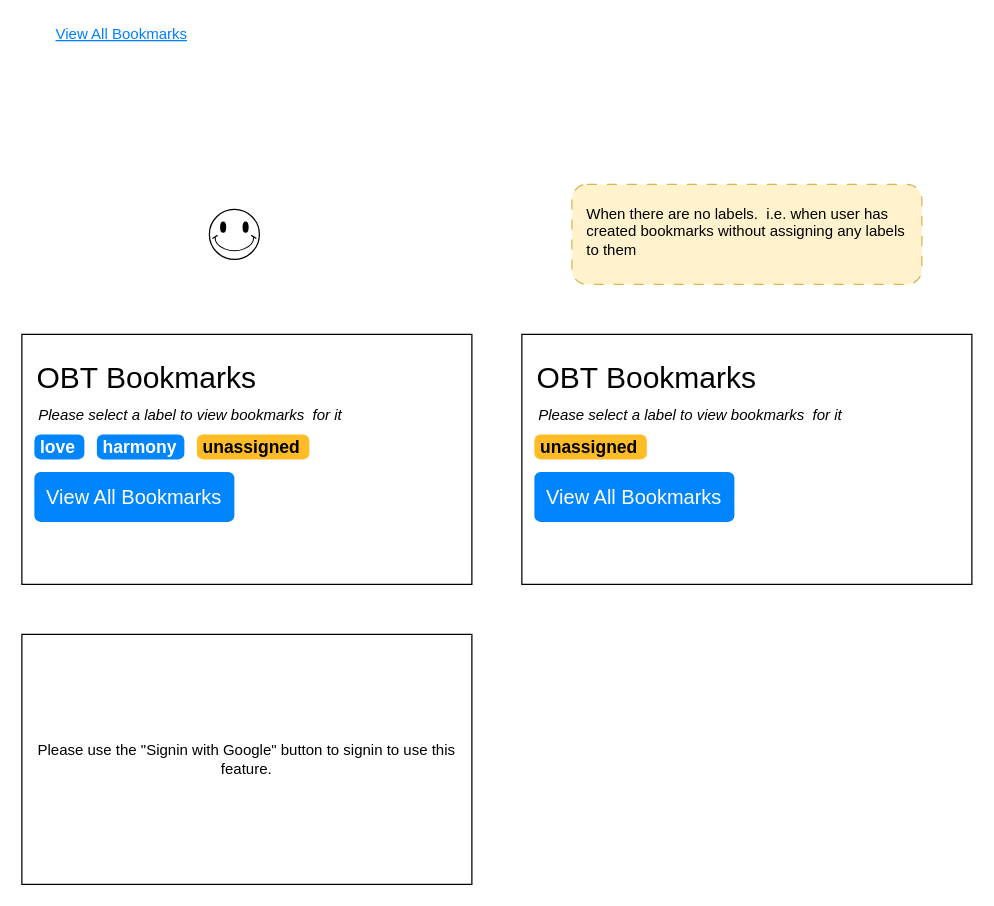
This is page "View All Bookmarks Feature" (8 of 8) of my-hfn-pitstop.drawio from appsparkler/draw.io, a draw.io file, before an edit. Source tidied: cells renumbered, new cells numbered last; positions are measured from the earlier drawing's top-left corner, leaving out a move shared by most shapes. Both pictures are drawn from the tidied source at 125%, with x=0, y=0 at pixel (21, 21).
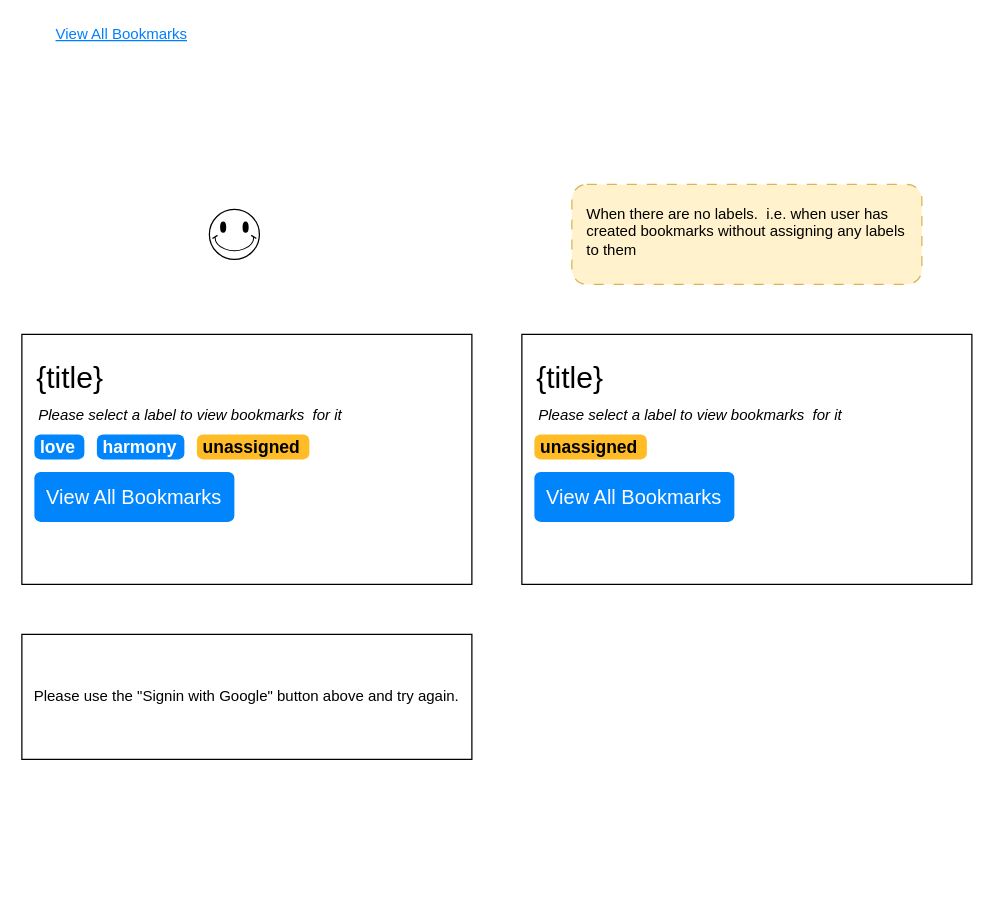
Above is the later version.

Change to the diagram source:
```diff
@@
 <mxGraphModel>
   <root>
     <mxCell id="0" />
     <mxCell id="1" parent="0" />
     <mxCell id="2" value="View All Bookmarks" style="text;html=1;whiteSpace=wrap;strokeColor=none;fillColor=none;align=center;verticalAlign=middle;rounded=0;fontStyle=4;fontColor=#007FFF;" parent="1" vertex="1">
       <mxGeometry x="20" width="120" height="20" as="geometry" />
     </mxCell>
     <mxCell id="3" style="rounded=0;whiteSpace=wrap;html=1;" parent="1" vertex="1">
       <mxGeometry y="250" width="360" height="200" as="geometry" />
     </mxCell>
-    <mxCell id="4" value="OBT Bookmarks" style="text;html=1;whiteSpace=wrap;strokeColor=none;fillColor=none;align=center;verticalAlign=middle;rounded=0;fontSize=24;" parent="1" vertex="1">
+    <mxCell id="4" value="{title}" style="text;html=1;whiteSpace=wrap;strokeColor=none;fillColor=none;align=left;verticalAlign=middle;rounded=0;fontSize=24;" parent="1" vertex="1">
       <mxGeometry x="10" y="270" width="180" height="30" as="geometry" />
     </mxCell>
     <mxCell id="5" value="Please select a label to view bookmarks&amp;nbsp; for it" style="text;html=1;whiteSpace=wrap;strokeColor=none;fillColor=none;align=center;verticalAlign=middle;rounded=0;fontStyle=2;" parent="1" vertex="1">
       <mxGeometry x="10" y="300" width="250" height="30" as="geometry" />
     </mxCell>
     <mxCell id="6" style="verticalLabelPosition=bottom;verticalAlign=top;html=1;shape=mxgraph.basic.smiley;" parent="1" vertex="1">
       <mxGeometry x="150" y="150" width="40" height="40" as="geometry" />
     </mxCell>
     <mxCell id="7" value="love" style="html=1;shadow=0;dashed=0;shape=mxgraph.bootstrap.rrect;rSize=5;strokeColor=none;strokeWidth=1;fillColor=#0085FC;fontColor=#FFFFFF;whiteSpace=wrap;align=left;verticalAlign=middle;spacingLeft=0;fontStyle=1;fontSize=14;spacing=5;" parent="1" vertex="1">
       <mxGeometry x="10" y="330" width="40" height="20" as="geometry" />
     </mxCell>
     <mxCell id="8" value="harmony" style="html=1;shadow=0;dashed=0;shape=mxgraph.bootstrap.rrect;rSize=5;strokeColor=none;strokeWidth=1;fillColor=#0085FC;fontColor=#FFFFFF;whiteSpace=wrap;align=left;verticalAlign=middle;spacingLeft=0;fontStyle=1;fontSize=14;spacing=5;" parent="1" vertex="1">
       <mxGeometry x="60" y="330" width="70" height="20" as="geometry" />
     </mxCell>
     <mxCell id="9" value="View All Bookmarks" style="html=1;shadow=0;dashed=0;shape=mxgraph.bootstrap.rrect;rSize=5;strokeColor=none;strokeWidth=1;fillColor=#0085FC;fontColor=#FFFFFF;whiteSpace=wrap;align=center;verticalAlign=middle;spacingLeft=0;fontStyle=0;fontSize=16;spacing=5;" parent="1" vertex="1">
       <mxGeometry x="10" y="360" width="160" height="40" as="geometry" />
     </mxCell>
     <mxCell id="10" style="rounded=0;whiteSpace=wrap;html=1;" parent="1" vertex="1">
       <mxGeometry x="400" y="250" width="360" height="200" as="geometry" />
     </mxCell>
-    <mxCell id="11" value="OBT Bookmarks" style="text;html=1;whiteSpace=wrap;strokeColor=none;fillColor=none;align=center;verticalAlign=middle;rounded=0;fontSize=24;" parent="1" vertex="1">
+    <mxCell id="11" value="{title}" style="text;html=1;whiteSpace=wrap;strokeColor=none;fillColor=none;align=left;verticalAlign=middle;rounded=0;fontSize=24;" parent="1" vertex="1">
       <mxGeometry x="410" y="270" width="180" height="30" as="geometry" />
     </mxCell>
     <mxCell id="12" value="Please select a label to view bookmarks&amp;nbsp; for it" style="text;html=1;whiteSpace=wrap;strokeColor=none;fillColor=none;align=center;verticalAlign=middle;rounded=0;fontStyle=2;" parent="1" vertex="1">
       <mxGeometry x="410" y="300" width="250" height="30" as="geometry" />
     </mxCell>
     <mxCell id="13" value="unassigned" style="html=1;shadow=0;dashed=0;shape=mxgraph.bootstrap.rrect;rSize=5;strokeColor=none;strokeWidth=1;fillColor=#FFBC26;fontColor=#000000;whiteSpace=wrap;align=left;verticalAlign=middle;spacingLeft=0;fontStyle=1;fontSize=14;spacing=5;" parent="1" vertex="1">
       <mxGeometry x="410" y="330" width="90" height="20" as="geometry" />
     </mxCell>
     <mxCell id="14" value="unassigned" style="html=1;shadow=0;dashed=0;shape=mxgraph.bootstrap.rrect;rSize=5;strokeColor=none;strokeWidth=1;fillColor=#FFBC26;fontColor=#000000;whiteSpace=wrap;align=left;verticalAlign=middle;spacingLeft=0;fontStyle=1;fontSize=14;spacing=5;" parent="1" vertex="1">
       <mxGeometry x="140" y="330" width="90" height="20" as="geometry" />
     </mxCell>
     <mxCell id="15" value="View All Bookmarks" style="html=1;shadow=0;dashed=0;shape=mxgraph.bootstrap.rrect;rSize=5;strokeColor=none;strokeWidth=1;fillColor=#0085FC;fontColor=#FFFFFF;whiteSpace=wrap;align=center;verticalAlign=middle;spacingLeft=0;fontStyle=0;fontSize=16;spacing=5;" parent="1" vertex="1">
       <mxGeometry x="410" y="360" width="160" height="40" as="geometry" />
     </mxCell>
     <mxCell id="16" value="When there are no labels.&amp;nbsp; i.e. when user has created bookmarks without assigning any labels to them" style="rounded=1;whiteSpace=wrap;html=1;fillColor=#fff2cc;strokeColor=#d6b656;dashed=1;dashPattern=8 8;align=left;verticalAlign=top;spacing=12;" parent="1" vertex="1">
       <mxGeometry x="440" y="130" width="280" height="80" as="geometry" />
     </mxCell>
-    <mxCell id="17" value="Please use the &quot;Signin with Google&quot; button to signin to use this feature." style="rounded=0;whiteSpace=wrap;html=1;" parent="1" vertex="1">
-      <mxGeometry y="490" width="360" height="200" as="geometry" />
+    <mxCell id="17" value="Please use the &quot;Signin with Google&quot; button above and try again." style="rounded=0;whiteSpace=wrap;html=1;" parent="1" vertex="1">
+      <mxGeometry y="490" width="360" height="100" as="geometry" />
     </mxCell>
   </root>
 </mxGraphModel>
```
